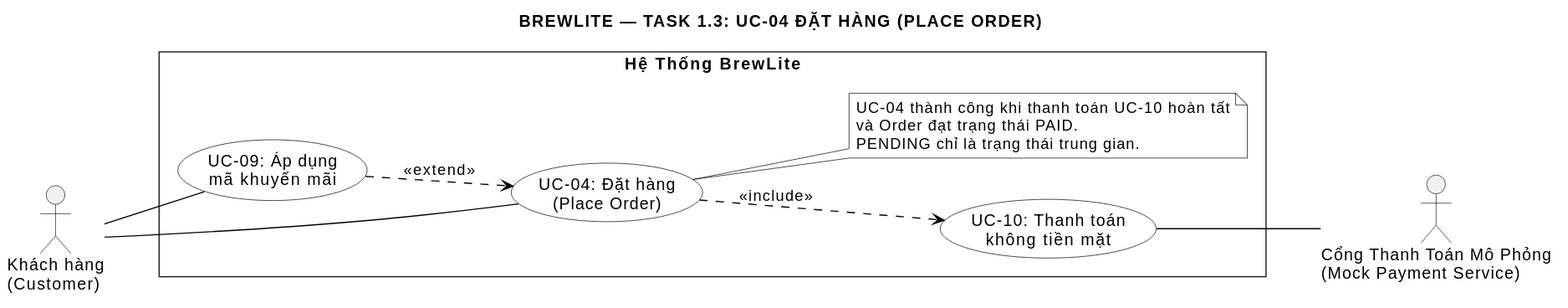
Above: docs/requirements/use-case-place-order.svg in vohuunghiaah/brewlite (PlantUML), before the change. Its diagram source:
```plantuml
@startuml

skinparam monochrome true
skinparam shadowing false
skinparam defaultFontName Arial
skinparam roundCorner 0
skinparam usecase {
    BackgroundColor White
    BorderColor Black
    ArrowColor Black
}
skinparam note {
    BackgroundColor White
    BorderColor Black
    ArrowColor Black
}
left to right direction

title BREWLITE — TASK 1.3: UC-04 ĐẶT HÀNG (PLACE ORDER)

actor "Khách hàng\n(Customer)" as Customer

rectangle "Hệ Thống BrewLite" {
    usecase "UC-09: Áp dụng\nmã khuyến mãi" as UC9
    usecase "UC-04: Đặt hàng\n(Place Order)" as UC4
    usecase "UC-10: Thanh toán\nkhông tiền mặt" as UC10

    note "UC-04 thành công khi thanh toán UC-10 hoàn tất\nvà Order đạt trạng thái PAID.\nPENDING chỉ là trạng thái trung gian." as N1
    UC4 .. N1
}

actor "Cổng Thanh Toán Mô Phỏng\n(Mock Payment Service)" as PaymentGateway

Customer -- UC4
Customer -- UC9

UC9 ..> UC4 : <<extend>>
UC4 ..> UC10 : <<include>>

UC10 -- PaymentGateway
@enduml
```
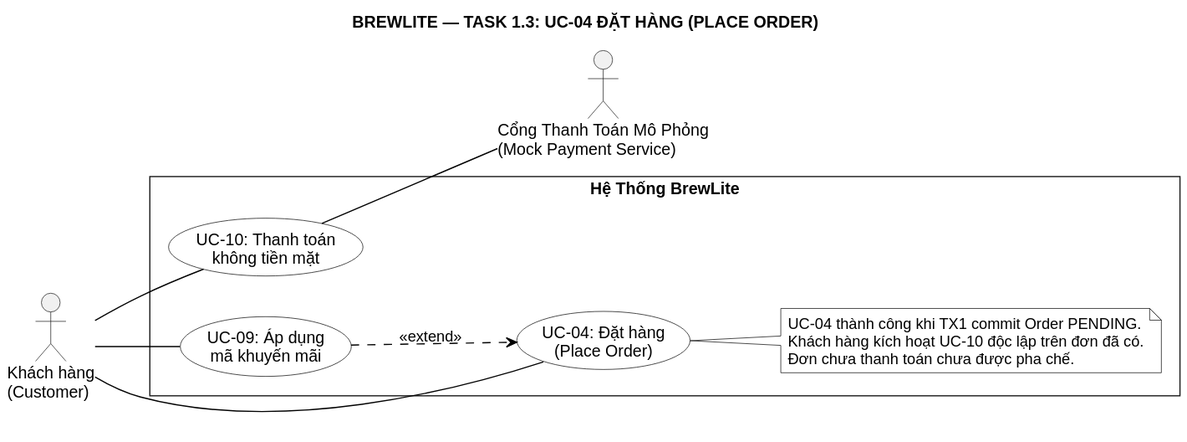
The same file after the commit.

Diff of the diagram source:
```diff
@@ -25,17 +25,17 @@
     usecase "UC-04: Đặt hàng\n(Place Order)" as UC4
     usecase "UC-10: Thanh toán\nkhông tiền mặt" as UC10
 
-    note "UC-04 thành công khi thanh toán UC-10 hoàn tất\nvà Order đạt trạng thái PAID.\nPENDING chỉ là trạng thái trung gian." as N1
+    note "UC-04 thành công khi TX1 commit Order PENDING.\nKhách hàng kích hoạt UC-10 độc lập trên đơn đã có.\nĐơn chưa thanh toán chưa được pha chế." as N1
     UC4 .. N1
 }
 
 actor "Cổng Thanh Toán Mô Phỏng\n(Mock Payment Service)" as PaymentGateway
 
 Customer -- UC4
+Customer -- UC10
 Customer -- UC9
 
 UC9 ..> UC4 : <<extend>>
-UC4 ..> UC10 : <<include>>
 
 UC10 -- PaymentGateway
 @enduml
```
